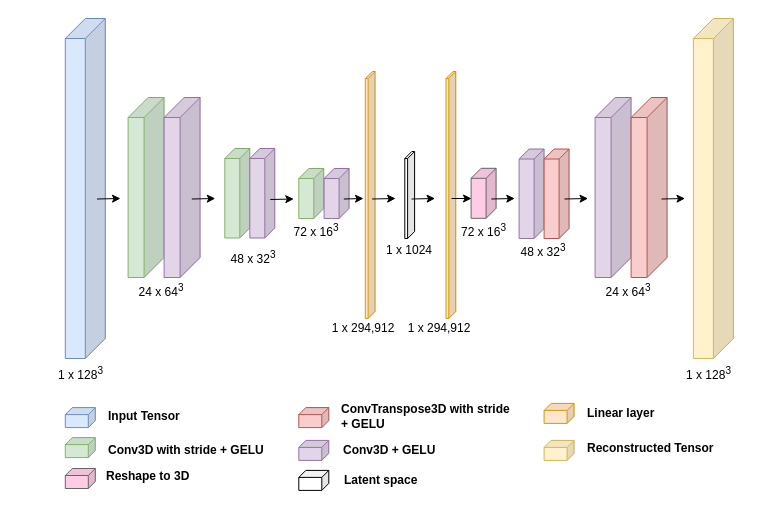
Earlier version of the draw.io diagram thesis/figures/autoencoder.drawio (MarcelRosier/thesis). Source tidied: cells renumbered, new cells numbered last; positions are measured from the earlier drawing's top-left corner, leaving out a move shared by most shapes. Both pictures are drawn from the tidied source at 100%, with x=0, y=0 at pixel (41, 18).
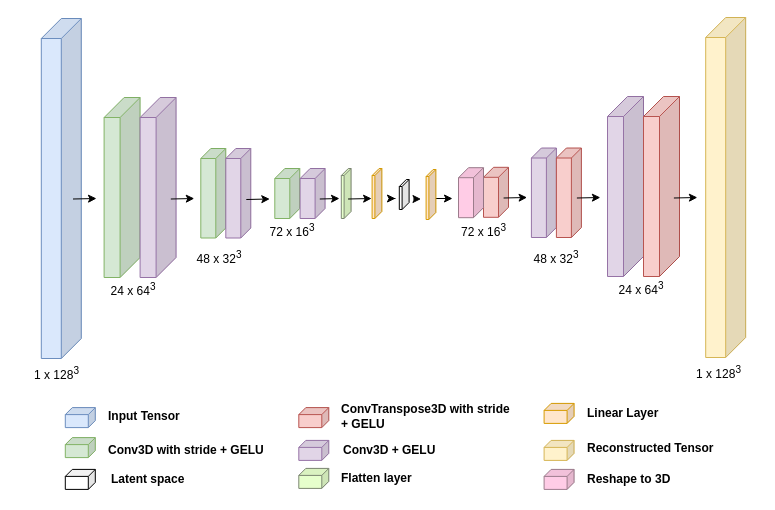
The same diagram, later.

What changed in the source:
```diff
@@
     <mxCell id="2" style="shape=cube;whiteSpace=wrap;html=1;boundedLbl=1;backgroundOutline=1;darkOpacity=0.05;darkOpacity2=0.1;size=20;direction=east;flipH=1;fillColor=#dae8fc;strokeColor=#6c8ebf;" parent="1" vertex="1">
-      <mxGeometry x="23.8" width="40" height="340" as="geometry" />
+      <mxGeometry x="-0.2" width="40" height="340" as="geometry" />
     </mxCell>
     <mxCell id="3" style="shape=cube;whiteSpace=wrap;html=1;boundedLbl=1;backgroundOutline=1;darkOpacity=0.05;darkOpacity2=0.1;size=20;direction=east;flipH=1;fillColor=#d5e8d4;strokeColor=#82b366;" parent="1" vertex="1">
-      <mxGeometry x="86.6" y="79" width="36" height="180" as="geometry" />
+      <mxGeometry x="62.6" y="79" width="36" height="180" as="geometry" />
     </mxCell>
     <mxCell id="4" style="shape=cube;whiteSpace=wrap;html=1;boundedLbl=1;backgroundOutline=1;darkOpacity=0.05;darkOpacity2=0.1;size=10;direction=east;flipH=1;fillColor=#d5e8d4;strokeColor=#82b366;" parent="1" vertex="1">
-      <mxGeometry x="183.3" y="130" width="25" height="89.5" as="geometry" />
+      <mxGeometry x="159.3" y="130" width="25" height="89.5" as="geometry" />
     </mxCell>
@@
-    <mxCell id="7" style="shape=cube;whiteSpace=wrap;html=1;boundedLbl=1;backgroundOutline=1;darkOpacity=0.05;darkOpacity2=0.1;size=7;direction=east;flipH=1;fillColor=#ffe6cc;strokeColor=#d79b00;" parent="1" vertex="1">
-      <mxGeometry x="323.8" y="53" width="9.8" height="247" as="geometry" />
+    <mxCell id="7" style="shape=cube;whiteSpace=wrap;html=1;boundedLbl=1;backgroundOutline=1;darkOpacity=0.05;darkOpacity2=0.1;size=7;direction=east;flipH=1;fillColor=#E6FFCC;strokeColor=#7C8772;" parent="1" vertex="1">
+      <mxGeometry x="299.8" y="150" width="9.8" height="50" as="geometry" />
     </mxCell>
@@
-    <mxCell id="10" value="Linear layer" style="text;html=1;strokeColor=none;fillColor=none;align=left;verticalAlign=middle;whiteSpace=wrap;rounded=0;fontStyle=1;" parent="1" vertex="1">
+    <mxCell id="10" value="Linear Layer" style="text;html=1;strokeColor=none;fillColor=none;align=left;verticalAlign=middle;whiteSpace=wrap;rounded=0;fontStyle=1;" parent="1" vertex="1">
       <mxGeometry x="543.6" y="382.9" width="138" height="23.9" as="geometry" />
     </mxCell>
@@
-    <mxCell id="14" value="1 x 294,912" style="text;html=1;strokeColor=none;fillColor=none;align=center;verticalAlign=middle;whiteSpace=wrap;rounded=0;dashed=1;dashPattern=1 1;" parent="1" vertex="1">
-      <mxGeometry x="282.3" y="300" width="80" height="20" as="geometry" />
-    </mxCell>
     <mxCell id="15" style="shape=cube;whiteSpace=wrap;html=1;boundedLbl=1;backgroundOutline=1;darkOpacity=0.05;darkOpacity2=0.1;size=20;direction=east;flipH=1;fillColor=#e1d5e7;strokeColor=#9673a6;" parent="1" vertex="1">
-      <mxGeometry x="122.6" y="79" width="36" height="180" as="geometry" />
+      <mxGeometry x="98.6" y="79" width="36" height="180" as="geometry" />
     </mxCell>
     <mxCell id="16" value="1 x 128&lt;sup&gt;3&lt;/sup&gt;" style="text;html=1;strokeColor=none;fillColor=none;align=center;verticalAlign=middle;whiteSpace=wrap;rounded=0;" parent="1" vertex="1">
-      <mxGeometry y="340" width="79" height="30" as="geometry" />
+      <mxGeometry x="-24" y="340" width="79" height="30" as="geometry" />
     </mxCell>
     <mxCell id="17" value="24 x 64&lt;sup&gt;3&lt;/sup&gt;" style="text;html=1;strokeColor=none;fillColor=none;align=center;verticalAlign=middle;whiteSpace=wrap;rounded=0;" parent="1" vertex="1">
-      <mxGeometry x="82.2" y="260" width="76.3" height="23" as="geometry" />
+      <mxGeometry x="53.8" y="259" width="76.3" height="23" as="geometry" />
     </mxCell>
@@
     <mxCell id="20" style="shape=cube;whiteSpace=wrap;html=1;boundedLbl=1;backgroundOutline=1;darkOpacity=0.05;darkOpacity2=0.1;size=10;direction=east;flipH=1;fillColor=#e1d5e7;strokeColor=#9673a6;" parent="1" vertex="1">
-      <mxGeometry x="208.3" y="130" width="25" height="89.5" as="geometry" />
+      <mxGeometry x="184.3" y="130" width="25" height="89.5" as="geometry" />
     </mxCell>
     <mxCell id="21" value="48 x 32&lt;sup&gt;3&lt;/sup&gt;" style="text;html=1;strokeColor=none;fillColor=none;align=center;verticalAlign=middle;whiteSpace=wrap;rounded=0;" parent="1" vertex="1">
-      <mxGeometry x="173.8" y="227.5" width="76.3" height="23" as="geometry" />
+      <mxGeometry x="140" y="227.5" width="76.3" height="23" as="geometry" />
     </mxCell>
     <mxCell id="22" style="shape=cube;whiteSpace=wrap;html=1;boundedLbl=1;backgroundOutline=1;darkOpacity=0.05;darkOpacity2=0.1;size=10;direction=east;flipH=1;fillColor=#d5e8d4;strokeColor=#82b366;" parent="1" vertex="1">
-      <mxGeometry x="257.3" y="150" width="25" height="50" as="geometry" />
+      <mxGeometry x="233.3" y="150" width="25" height="50" as="geometry" />
     </mxCell>
     <mxCell id="23" style="shape=cube;whiteSpace=wrap;html=1;boundedLbl=1;backgroundOutline=1;darkOpacity=0.05;darkOpacity2=0.1;size=10;direction=east;flipH=1;fillColor=#e1d5e7;strokeColor=#9673a6;" parent="1" vertex="1">
-      <mxGeometry x="282.6" y="150" width="25" height="50" as="geometry" />
+      <mxGeometry x="258.6" y="150" width="25" height="50" as="geometry" />
     </mxCell>
     <mxCell id="24" style="endArrow=classic;html=1;rounded=0;" parent="1" edge="1">
       <mxGeometry relative="1" as="geometry">
-        <mxPoint x="228.8" y="181" as="sourcePoint" />
-        <mxPoint x="252.3" y="180.5" as="targetPoint" />
+        <mxPoint x="204.8" y="181" as="sourcePoint" />
+        <mxPoint x="228.3" y="180.5" as="targetPoint" />
       </mxGeometry>
     </mxCell>
     <mxCell id="25" style="shape=cube;whiteSpace=wrap;html=1;boundedLbl=1;backgroundOutline=1;darkOpacity=0.05;darkOpacity2=0.1;size=7;direction=east;flipH=1;" parent="1" vertex="1">
-      <mxGeometry x="363.3" y="133" width="9.8" height="87" as="geometry" />
+      <mxGeometry x="357.8" y="161" width="9.8" height="30" as="geometry" />
     </mxCell>
     <mxCell id="26" value="72 x 16&lt;sup&gt;3&lt;/sup&gt;" style="text;html=1;strokeColor=none;fillColor=none;align=center;verticalAlign=middle;whiteSpace=wrap;rounded=0;" parent="1" vertex="1">
-      <mxGeometry x="237.5" y="200" width="76.3" height="23" as="geometry" />
+      <mxGeometry x="213.5" y="200" width="76.3" height="23" as="geometry" />
     </mxCell>
-    <mxCell id="27" style="shape=cube;whiteSpace=wrap;html=1;boundedLbl=1;backgroundOutline=1;darkOpacity=0.05;darkOpacity2=0.1;size=7;direction=east;flipH=1;fillColor=#ffe6cc;strokeColor=#d79b00;" parent="1" vertex="1">
-      <mxGeometry x="404.5" y="53" width="9.8" height="247" as="geometry" />
-    </mxCell>
-    <mxCell id="28" value="1 x 294,912" style="text;html=1;strokeColor=none;fillColor=none;align=center;verticalAlign=middle;whiteSpace=wrap;rounded=0;dashed=1;dashPattern=1 1;" parent="1" vertex="1">
-      <mxGeometry x="357.8" y="300.2" width="80" height="20" as="geometry" />
-    </mxCell>
-    <mxCell id="29" style="shape=cube;whiteSpace=wrap;html=1;boundedLbl=1;backgroundOutline=1;darkOpacity=0.05;darkOpacity2=0.1;size=10;direction=east;flipH=1;fillColor=#FFCCE6;strokeColor=#666666;fontColor=#333333;" parent="1" vertex="1">
-      <mxGeometry x="429.6" y="149.8" width="25" height="50" as="geometry" />
+    <mxCell id="29" style="shape=cube;whiteSpace=wrap;html=1;boundedLbl=1;backgroundOutline=1;darkOpacity=0.05;darkOpacity2=0.1;size=10;direction=east;flipH=1;fillColor=#f8cecc;strokeColor=#b85450;" parent="1" vertex="1">
+      <mxGeometry x="442" y="148.8" width="25" height="50" as="geometry" />
     </mxCell>
     <mxCell id="30" style="shape=cube;whiteSpace=wrap;html=1;boundedLbl=1;backgroundOutline=1;darkOpacity=0.05;darkOpacity2=0.1;size=10;direction=east;flipH=1;fillColor=#e1d5e7;strokeColor=#9673a6;" parent="1" vertex="1">
-      <mxGeometry x="477.6" y="130.5" width="25" height="89.5" as="geometry" />
+      <mxGeometry x="489.9" y="129.5" width="25" height="89.5" as="geometry" />
     </mxCell>
     <mxCell id="31" style="shape=cube;whiteSpace=wrap;html=1;boundedLbl=1;backgroundOutline=1;darkOpacity=0.05;darkOpacity2=0.1;size=10;direction=east;flipH=1;fillColor=#f8cecc;strokeColor=#b85450;" parent="1" vertex="1">
-      <mxGeometry x="502.6" y="130.5" width="25" height="89.5" as="geometry" />
+      <mxGeometry x="514.9" y="129.5" width="25" height="89.5" as="geometry" />
     </mxCell>
@@
     <mxCell id="34" value="48 x 32&lt;sup&gt;3&lt;/sup&gt;" style="text;html=1;strokeColor=none;fillColor=none;align=center;verticalAlign=middle;whiteSpace=wrap;rounded=0;" parent="1" vertex="1">
-      <mxGeometry x="464.3" y="220" width="76.3" height="23" as="geometry" />
+      <mxGeometry x="476.6" y="227.5" width="76.3" height="23" as="geometry" />
     </mxCell>
     <mxCell id="35" style="shape=cube;whiteSpace=wrap;html=1;boundedLbl=1;backgroundOutline=1;darkOpacity=0.05;darkOpacity2=0.1;size=20;direction=east;flipH=1;fillColor=#e1d5e7;strokeColor=#9673a6;" parent="1" vertex="1">
-      <mxGeometry x="553.6" y="79" width="36" height="180" as="geometry" />
+      <mxGeometry x="566" y="78" width="36" height="180" as="geometry" />
     </mxCell>
     <mxCell id="36" style="shape=cube;whiteSpace=wrap;html=1;boundedLbl=1;backgroundOutline=1;darkOpacity=0.05;darkOpacity2=0.1;size=20;direction=east;flipH=1;fillColor=#f8cecc;strokeColor=#b85450;" parent="1" vertex="1">
-      <mxGeometry x="589.6" y="79" width="36" height="180" as="geometry" />
+      <mxGeometry x="602" y="78" width="36" height="180" as="geometry" />
     </mxCell>
     <mxCell id="37" value="24 x 64&lt;sup&gt;3&lt;/sup&gt;" style="text;html=1;strokeColor=none;fillColor=none;align=center;verticalAlign=middle;whiteSpace=wrap;rounded=0;" parent="1" vertex="1">
-      <mxGeometry x="549.3" y="260" width="76.3" height="23" as="geometry" />
+      <mxGeometry x="561.6" y="258" width="76.3" height="23" as="geometry" />
     </mxCell>
     <mxCell id="38" style="shape=cube;whiteSpace=wrap;html=1;boundedLbl=1;backgroundOutline=1;darkOpacity=0.05;darkOpacity2=0.1;size=20;direction=east;flipH=1;fillColor=#fff2cc;strokeColor=#d6b656;" parent="1" vertex="1">
-      <mxGeometry x="651.9" width="40" height="340" as="geometry" />
+      <mxGeometry x="664.2" y="-1" width="40" height="340" as="geometry" />
     </mxCell>
     <mxCell id="39" value="1 x 128&lt;sup&gt;3&lt;/sup&gt;" style="text;html=1;align=center;verticalAlign=middle;whiteSpace=wrap;rounded=0;fillColor=none;" parent="1" vertex="1">
-      <mxGeometry x="627.6" y="340" width="79" height="30" as="geometry" />
+      <mxGeometry x="638" y="339" width="79" height="30" as="geometry" />
     </mxCell>
-    <mxCell id="40" value="Reshape to 3D" style="text;html=1;strokeColor=none;fillColor=none;align=left;verticalAlign=middle;whiteSpace=wrap;rounded=0;fontStyle=1;" parent="1" vertex="1">
-      <mxGeometry x="62.6" y="446.1" width="138" height="23.9" as="geometry" />
-    </mxCell>
-    <mxCell id="41" style="shape=cube;whiteSpace=wrap;html=1;boundedLbl=1;backgroundOutline=1;darkOpacity=0.05;darkOpacity2=0.1;size=7;direction=east;flipH=1;fillColor=#FFCCE6;fontColor=#333333;strokeColor=#666666;" parent="1" vertex="1">
-      <mxGeometry x="23.8" y="450" width="30" height="20" as="geometry" />
-    </mxCell>
     <mxCell id="42" style="shape=cube;whiteSpace=wrap;html=1;boundedLbl=1;backgroundOutline=1;darkOpacity=0.05;darkOpacity2=0.1;size=7;direction=east;flipH=1;" parent="1" vertex="1">
-      <mxGeometry x="257.3" y="451.9" width="30" height="20" as="geometry" />
+      <mxGeometry x="23.8" y="450.9" width="30" height="20" as="geometry" />
     </mxCell>
     <mxCell id="43" value="Latent space" style="text;html=1;strokeColor=none;fillColor=none;align=left;verticalAlign=middle;whiteSpace=wrap;rounded=0;fontStyle=1;" parent="1" vertex="1">
-      <mxGeometry x="301.3" y="450" width="179.3" height="23.9" as="geometry" />
+      <mxGeometry x="67.8" y="449" width="179.3" height="23.9" as="geometry" />
     </mxCell>
     <mxCell id="44" style="endArrow=classic;html=1;rounded=0;" parent="1" edge="1">
       <mxGeometry relative="1" as="geometry">
-        <mxPoint x="302.3" y="180.5" as="sourcePoint" />
-        <mxPoint x="322" y="180" as="targetPoint" />
+        <mxPoint x="278.3" y="180.5" as="sourcePoint" />
+        <mxPoint x="298" y="180" as="targetPoint" />
       </mxGeometry>
     </mxCell>
     <mxCell id="45" style="endArrow=classic;html=1;rounded=0;" parent="1" edge="1">
       <mxGeometry relative="1" as="geometry">
-        <mxPoint x="330.6" y="180.5" as="sourcePoint" />
-        <mxPoint x="354.1" y="180" as="targetPoint" />
+        <mxPoint x="306.6" y="180.5" as="sourcePoint" />
+        <mxPoint x="330.1" y="180" as="targetPoint" />
       </mxGeometry>
     </mxCell>
     <mxCell id="46" style="endArrow=classic;html=1;rounded=0;" parent="1" edge="1">
       <mxGeometry relative="1" as="geometry">
-        <mxPoint x="370.1" y="180.5" as="sourcePoint" />
-        <mxPoint x="393.6" y="180" as="targetPoint" />
+        <mxPoint x="371.5" y="180.5" as="sourcePoint" />
+        <mxPoint x="379.5" y="180.5" as="targetPoint" />
       </mxGeometry>
     </mxCell>
     <mxCell id="47" style="endArrow=classic;html=1;rounded=0;" parent="1" edge="1">
       <mxGeometry relative="1" as="geometry">
-        <mxPoint x="410" y="180" as="sourcePoint" />
-        <mxPoint x="430" y="180" as="targetPoint" />
+        <mxPoint x="391" y="180" as="sourcePoint" />
+        <mxPoint x="411" y="180" as="targetPoint" />
       </mxGeometry>
     </mxCell>
     <mxCell id="48" style="endArrow=classic;html=1;rounded=0;" parent="1" edge="1">
       <mxGeometry relative="1" as="geometry">
-        <mxPoint x="449.8" y="180.5" as="sourcePoint" />
-        <mxPoint x="473.3" y="180" as="targetPoint" />
+        <mxPoint x="462.1" y="179.5" as="sourcePoint" />
+        <mxPoint x="485.6" y="179" as="targetPoint" />
       </mxGeometry>
     </mxCell>
     <mxCell id="49" style="endArrow=classic;html=1;rounded=0;" parent="1" edge="1">
       <mxGeometry relative="1" as="geometry">
-        <mxPoint x="523" y="180.5" as="sourcePoint" />
-        <mxPoint x="546.6" y="180" as="targetPoint" />
+        <mxPoint x="535.4" y="179.5" as="sourcePoint" />
+        <mxPoint x="558.9" y="179" as="targetPoint" />
       </mxGeometry>
     </mxCell>
     <mxCell id="50" style="endArrow=classic;html=1;rounded=0;" parent="1" edge="1">
       <mxGeometry relative="1" as="geometry">
-        <mxPoint x="620" y="180.5" as="sourcePoint" />
-        <mxPoint x="643.5" y="180" as="targetPoint" />
+        <mxPoint x="632.4" y="179.5" as="sourcePoint" />
+        <mxPoint x="655.9" y="179" as="targetPoint" />
       </mxGeometry>
     </mxCell>
     <mxCell id="51" style="endArrow=classic;html=1;rounded=0;" parent="1" edge="1">
       <mxGeometry relative="1" as="geometry">
-        <mxPoint x="55.5" y="180.5" as="sourcePoint" />
-        <mxPoint x="79" y="180" as="targetPoint" />
+        <mxPoint x="31.5" y="180.5" as="sourcePoint" />
+        <mxPoint x="55" y="180" as="targetPoint" />
       </mxGeometry>
     </mxCell>
     <mxCell id="52" style="endArrow=classic;html=1;rounded=0;" parent="1" edge="1">
       <mxGeometry relative="1" as="geometry">
-        <mxPoint x="150.3" y="180.5" as="sourcePoint" />
-        <mxPoint x="173.8" y="180" as="targetPoint" />
+        <mxPoint x="129.3" y="180.5" as="sourcePoint" />
+        <mxPoint x="152.8" y="180" as="targetPoint" />
       </mxGeometry>
     </mxCell>
-    <mxCell id="53" value="1 x 1024" style="text;html=1;strokeColor=none;fillColor=none;align=center;verticalAlign=middle;whiteSpace=wrap;rounded=0;dashed=1;dashPattern=1 1;" parent="1" vertex="1">
-      <mxGeometry x="328.2" y="221.5" width="80" height="20" as="geometry" />
-    </mxCell>
     <mxCell id="54" value="72 x 16&lt;sup&gt;3&lt;/sup&gt;" style="text;html=1;strokeColor=none;fillColor=none;align=center;verticalAlign=middle;whiteSpace=wrap;rounded=0;" parent="1" vertex="1">
-      <mxGeometry x="407.8" y="201.4" width="68.7" height="20.2" as="geometry" />
+      <mxGeometry x="407.9" y="201.4" width="68.7" height="20.2" as="geometry" />
     </mxCell>
+    <mxCell id="55" style="shape=cube;whiteSpace=wrap;html=1;boundedLbl=1;backgroundOutline=1;darkOpacity=0.05;darkOpacity2=0.1;size=7;direction=east;flipH=1;fillColor=#ffe6cc;strokeColor=#d79b00;" parent="1" vertex="1">
+      <mxGeometry x="330.6" y="150" width="9.8" height="50" as="geometry" />
+    </mxCell>
+    <mxCell id="56" style="endArrow=classic;html=1;rounded=0;" parent="1" edge="1">
+      <mxGeometry relative="1" as="geometry">
+        <mxPoint x="354" y="180" as="sourcePoint" />
+        <mxPoint x="354" y="180" as="targetPoint" />
+        <Array as="points">
+          <mxPoint x="350" y="180" />
+        </Array>
+      </mxGeometry>
+    </mxCell>
+    <mxCell id="57" style="shape=cube;whiteSpace=wrap;html=1;boundedLbl=1;backgroundOutline=1;darkOpacity=0.05;darkOpacity2=0.1;size=7;direction=east;flipH=1;fillColor=#ffe6cc;strokeColor=#d79b00;" parent="1" vertex="1">
+      <mxGeometry x="384.6" y="151" width="9.8" height="50" as="geometry" />
+    </mxCell>
+    <mxCell id="58" style="shape=cube;whiteSpace=wrap;html=1;boundedLbl=1;backgroundOutline=1;darkOpacity=0.05;darkOpacity2=0.1;size=10;direction=east;flipH=1;fillColor=#FFCCE6;strokeColor=#9C7C8C;" parent="1" vertex="1">
+      <mxGeometry x="417" y="149.2" width="25" height="50" as="geometry" />
+    </mxCell>
+    <mxCell id="59" value="Flatten layer" style="text;html=1;strokeColor=none;fillColor=none;align=left;verticalAlign=middle;whiteSpace=wrap;rounded=0;fontStyle=1;" parent="1" vertex="1">
+      <mxGeometry x="298.3" y="448" width="138" height="23.9" as="geometry" />
+    </mxCell>
+    <mxCell id="60" style="shape=cube;whiteSpace=wrap;html=1;boundedLbl=1;backgroundOutline=1;darkOpacity=0.05;darkOpacity2=0.1;size=7;direction=east;flipH=1;fillColor=#E6FFCC;strokeColor=#7C8772;" parent="1" vertex="1">
+      <mxGeometry x="257.3" y="449.9" width="30" height="20" as="geometry" />
+    </mxCell>
+    <mxCell id="40" value="Reshape to 3D" style="text;html=1;strokeColor=none;fillColor=none;align=left;verticalAlign=middle;whiteSpace=wrap;rounded=0;fontStyle=1;" parent="1" vertex="1">
+      <mxGeometry x="543.6" y="449" width="138" height="23.9" as="geometry" />
+    </mxCell>
+    <mxCell id="61" style="shape=cube;whiteSpace=wrap;html=1;boundedLbl=1;backgroundOutline=1;darkOpacity=0.05;darkOpacity2=0.1;size=7;direction=east;flipH=1;fillColor=#FFCCE6;strokeColor=#9C7C8C;" parent="1" vertex="1">
+      <mxGeometry x="502.6" y="450.9" width="30" height="20" as="geometry" />
+    </mxCell>
```
